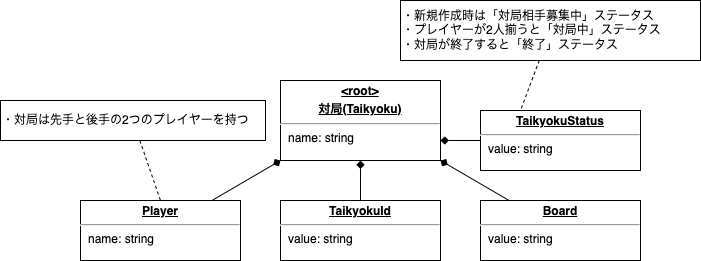
Before: doc/ドメインモデル図.drawio.png, a diagram exported from draw.io (naohiro-kumagai/shogi). Source tidied: cells renumbered, new cells last; positions are measured from the earlier drawing's top-left corner, leaving out a move shared by most shapes.
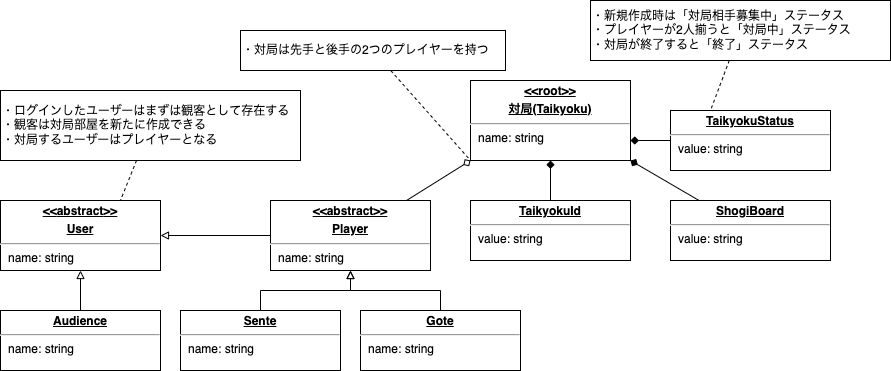
After the commit.

Diff of the diagram source:
```diff
@@ -2,7 +2,7 @@
   <root>
     <mxCell id="0" />
     <mxCell id="1" parent="0" />
-    <mxCell id="2" value="&lt;p style=&quot;margin:0px;margin-top:4px;text-align:center;text-decoration:underline;&quot;&gt;&lt;b&gt;&amp;lt;root&amp;gt;&lt;/b&gt;&lt;/p&gt;&lt;p style=&quot;margin:0px;margin-top:4px;text-align:center;text-decoration:underline;&quot;&gt;&lt;b&gt;対局(Taikyoku)&lt;/b&gt;&lt;/p&gt;&lt;hr&gt;&lt;p style=&quot;margin:0px;margin-left:8px;&quot;&gt;name: string&lt;/p&gt;" style="verticalAlign=top;align=left;overflow=fill;fontSize=12;fontFamily=Helvetica;html=1;" parent="1" vertex="1">
+    <mxCell id="2" value="&lt;p style=&quot;margin:0px;margin-top:4px;text-align:center;text-decoration:underline;&quot;&gt;&lt;b&gt;&amp;lt;&amp;lt;root&amp;gt;&amp;gt;&lt;/b&gt;&lt;/p&gt;&lt;p style=&quot;margin:0px;margin-top:4px;text-align:center;text-decoration:underline;&quot;&gt;&lt;b&gt;対局(Taikyoku)&lt;/b&gt;&lt;/p&gt;&lt;hr&gt;&lt;p style=&quot;margin:0px;margin-left:8px;&quot;&gt;name: string&lt;/p&gt;" style="verticalAlign=top;align=left;overflow=fill;fontSize=12;fontFamily=Helvetica;html=1;" parent="1" vertex="1">
       <mxGeometry x="280" y="80" width="160" height="80" as="geometry" />
     </mxCell>
     <mxCell id="3" style="edgeStyle=none;html=1;entryX=0.5;entryY=1;entryDx=0;entryDy=0;endArrow=diamond;endFill=1;" parent="1" edge="1" source="4" target="2">
@@ -23,23 +23,55 @@
     <mxCell id="8" value="&lt;p style=&quot;margin:0px;margin-top:4px;text-align:center;text-decoration:underline;&quot;&gt;&lt;b&gt;TaikyokuStatus&lt;/b&gt;&lt;/p&gt;&lt;hr&gt;&lt;p style=&quot;margin:0px;margin-left:8px;&quot;&gt;value: string&lt;/p&gt;" style="verticalAlign=top;align=left;overflow=fill;fontSize=12;fontFamily=Helvetica;html=1;" parent="1" vertex="1">
       <mxGeometry x="480" y="110" width="160" height="60" as="geometry" />
     </mxCell>
-    <mxCell id="9" style="edgeStyle=none;html=1;entryX=0;entryY=1;entryDx=0;entryDy=0;endArrow=diamond;endFill=1;" parent="1" edge="1" source="10" target="2">
+    <mxCell id="9" style="edgeStyle=none;html=1;entryX=0;entryY=1;entryDx=0;entryDy=0;endArrow=diamond;endFill=0;" parent="1" edge="1" source="10" target="2">
       <mxGeometry relative="1" as="geometry" />
     </mxCell>
+    <mxCell id="15" style="edgeStyle=none;html=1;entryX=1;entryY=0.5;entryDx=0;entryDy=0;endArrow=block;endFill=0;" parent="1" edge="1" source="10" target="16">
+      <mxGeometry relative="1" as="geometry" />
+    </mxCell>
-    <mxCell id="10" value="&lt;p style=&quot;margin:0px;margin-top:4px;text-align:center;text-decoration:underline;&quot;&gt;&lt;b&gt;Player&lt;/b&gt;&lt;/p&gt;&lt;hr&gt;&lt;p style=&quot;margin:0px;margin-left:8px;&quot;&gt;name: string&lt;/p&gt;" style="verticalAlign=top;align=left;overflow=fill;fontSize=12;fontFamily=Helvetica;html=1;" parent="1" vertex="1">
-      <mxGeometry x="80" y="200" width="160" height="60" as="geometry" />
+    <mxCell id="10" value="&lt;p style=&quot;margin:0px;margin-top:4px;text-align:center;text-decoration:underline;&quot;&gt;&lt;b&gt;&amp;lt;&amp;lt;abstract&amp;gt;&amp;gt;&lt;/b&gt;&lt;/p&gt;&lt;p style=&quot;margin:0px;margin-top:4px;text-align:center;text-decoration:underline;&quot;&gt;&lt;b&gt;Player&lt;/b&gt;&lt;/p&gt;&lt;hr&gt;&lt;p style=&quot;margin:0px;margin-left:8px;&quot;&gt;name: string&lt;/p&gt;" style="verticalAlign=top;align=left;overflow=fill;fontSize=12;fontFamily=Helvetica;html=1;" parent="1" vertex="1">
+      <mxGeometry x="80" y="200" width="160" height="70" as="geometry" />
     </mxCell>
     <mxCell id="11" style="edgeStyle=none;html=1;entryX=1;entryY=1;entryDx=0;entryDy=0;endArrow=diamond;endFill=1;" parent="1" edge="1" source="12" target="2">
       <mxGeometry relative="1" as="geometry" />
     </mxCell>
-    <mxCell id="12" value="&lt;p style=&quot;margin:0px;margin-top:4px;text-align:center;text-decoration:underline;&quot;&gt;&lt;b&gt;Board&lt;/b&gt;&lt;/p&gt;&lt;hr&gt;&lt;p style=&quot;margin:0px;margin-left:8px;&quot;&gt;value: string&lt;/p&gt;" style="verticalAlign=top;align=left;overflow=fill;fontSize=12;fontFamily=Helvetica;html=1;" parent="1" vertex="1">
+    <mxCell id="12" value="&lt;p style=&quot;margin:0px;margin-top:4px;text-align:center;text-decoration:underline;&quot;&gt;&lt;b&gt;ShogiBoard&lt;/b&gt;&lt;/p&gt;&lt;hr&gt;&lt;p style=&quot;margin:0px;margin-left:8px;&quot;&gt;value: string&lt;/p&gt;" style="verticalAlign=top;align=left;overflow=fill;fontSize=12;fontFamily=Helvetica;html=1;" parent="1" vertex="1">
       <mxGeometry x="480" y="200" width="160" height="60" as="geometry" />
     </mxCell>
-    <mxCell id="13" style="edgeStyle=none;html=1;entryX=0.5;entryY=0;entryDx=0;entryDy=0;dashed=1;endArrow=none;endFill=0;" parent="1" edge="1" source="14" target="10">
+    <mxCell id="13" style="edgeStyle=none;html=1;entryX=0;entryY=1;entryDx=0;entryDy=0;dashed=1;endArrow=none;endFill=0;" parent="1" edge="1" source="14" target="2">
       <mxGeometry relative="1" as="geometry" />
     </mxCell>
     <mxCell id="14" value="・対局は先手と後手の2つのプレイヤーを持つ" style="rounded=0;whiteSpace=wrap;html=1;align=left;" parent="1" vertex="1">
-      <mxGeometry y="100" width="265" height="40" as="geometry" />
+      <mxGeometry x="50" y="30" width="265" height="40" as="geometry" />
     </mxCell>
+    <mxCell id="16" value="&lt;p style=&quot;margin: 4px 0px 0px; text-align: center;&quot;&gt;&lt;b style=&quot;text-decoration-line: underline;&quot;&gt;&amp;lt;&amp;lt;&lt;/b&gt;&lt;b&gt;&lt;u&gt;abstract&lt;/u&gt;&lt;/b&gt;&lt;b style=&quot;text-decoration-line: underline;&quot;&gt;&amp;gt;&amp;gt;&lt;/b&gt;&lt;/p&gt;&lt;p style=&quot;margin:0px;margin-top:4px;text-align:center;text-decoration:underline;&quot;&gt;&lt;b&gt;User&lt;/b&gt;&lt;/p&gt;&lt;hr&gt;&lt;p style=&quot;margin:0px;margin-left:8px;&quot;&gt;name: string&lt;/p&gt;" style="verticalAlign=top;align=left;overflow=fill;fontSize=12;fontFamily=Helvetica;html=1;" parent="1" vertex="1">
+      <mxGeometry x="-190" y="200" width="160" height="70" as="geometry" />
+    </mxCell>
+    <mxCell id="17" style="edgeStyle=orthogonalEdgeStyle;html=1;entryX=0.5;entryY=1;entryDx=0;entryDy=0;endArrow=block;endFill=0;rounded=0;exitX=0.5;exitY=0;exitDx=0;exitDy=0;" parent="1" edge="1" source="18" target="10">
+      <mxGeometry relative="1" as="geometry" />
+    </mxCell>
+    <mxCell id="18" value="&lt;p style=&quot;margin:0px;margin-top:4px;text-align:center;text-decoration:underline;&quot;&gt;&lt;b&gt;Sente&lt;/b&gt;&lt;/p&gt;&lt;hr&gt;&lt;p style=&quot;margin:0px;margin-left:8px;&quot;&gt;name: string&lt;/p&gt;" style="verticalAlign=top;align=left;overflow=fill;fontSize=12;fontFamily=Helvetica;html=1;" parent="1" vertex="1">
+      <mxGeometry x="-10" y="310" width="160" height="60" as="geometry" />
+    </mxCell>
+    <mxCell id="19" style="edgeStyle=orthogonalEdgeStyle;html=1;endArrow=block;endFill=0;rounded=0;exitX=0.5;exitY=0;exitDx=0;exitDy=0;" parent="1" edge="1" source="20">
+      <mxGeometry relative="1" as="geometry">
+        <mxPoint x="160" y="270" as="targetPoint" />
+      </mxGeometry>
+    </mxCell>
+    <mxCell id="20" value="&lt;p style=&quot;margin:0px;margin-top:4px;text-align:center;text-decoration:underline;&quot;&gt;&lt;b&gt;Gote&lt;/b&gt;&lt;/p&gt;&lt;hr&gt;&lt;p style=&quot;margin:0px;margin-left:8px;&quot;&gt;name: string&lt;/p&gt;" style="verticalAlign=top;align=left;overflow=fill;fontSize=12;fontFamily=Helvetica;html=1;" parent="1" vertex="1">
+      <mxGeometry x="170" y="310" width="160" height="60" as="geometry" />
+    </mxCell>
+    <mxCell id="21" style="edgeStyle=none;html=1;entryX=0.5;entryY=1;entryDx=0;entryDy=0;endArrow=block;endFill=0;" parent="1" edge="1" source="22" target="16">
+      <mxGeometry relative="1" as="geometry" />
+    </mxCell>
+    <mxCell id="22" value="&lt;p style=&quot;margin:0px;margin-top:4px;text-align:center;text-decoration:underline;&quot;&gt;&lt;b&gt;Audience&lt;/b&gt;&lt;/p&gt;&lt;hr&gt;&lt;p style=&quot;margin:0px;margin-left:8px;&quot;&gt;name: string&lt;/p&gt;" style="verticalAlign=top;align=left;overflow=fill;fontSize=12;fontFamily=Helvetica;html=1;" parent="1" vertex="1">
+      <mxGeometry x="-190" y="310" width="160" height="60" as="geometry" />
+    </mxCell>
+    <mxCell id="23" style="rounded=0;html=1;entryX=0.75;entryY=0;entryDx=0;entryDy=0;endArrow=none;endFill=0;dashed=1;" parent="1" edge="1" source="24" target="16">
+      <mxGeometry relative="1" as="geometry" />
+    </mxCell>
+    <mxCell id="24" value="・ログインしたユーザーはまずは観客として存在する&lt;br&gt;・観客は対局部屋を新たに作成できる&lt;br&gt;・対局するユーザーはプレイヤーとなる" style="rounded=0;whiteSpace=wrap;html=1;align=left;" parent="1" vertex="1">
+      <mxGeometry x="-190" y="90" width="300" height="70" as="geometry" />
+    </mxCell>
   </root>
 </mxGraphModel>
```
